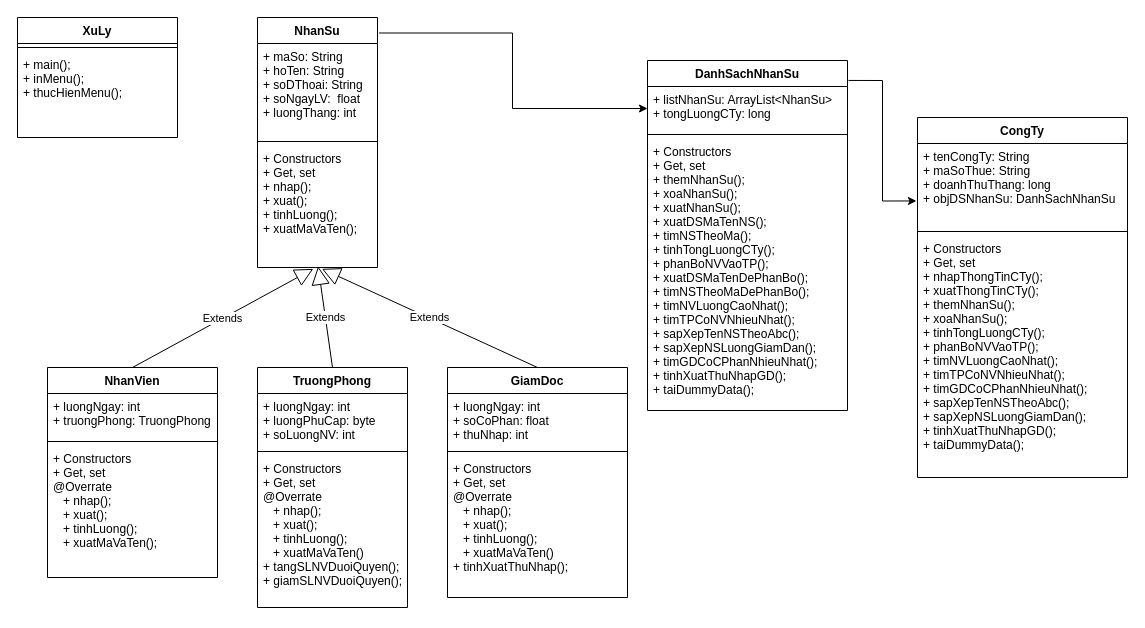
teddy1312/Java20-BaiTap2-OOP-061222 keeps this draw.io diagram as QuanLyNhanSu.drawio. Above is the earlier version. Source tidied: cells renumbered, new cells numbered last; positions are measured from the earlier drawing's top-left corner, leaving out a move shared by most shapes. Both pictures are drawn from the tidied source at 100%, with x=0, y=0 at pixel (17, 17).
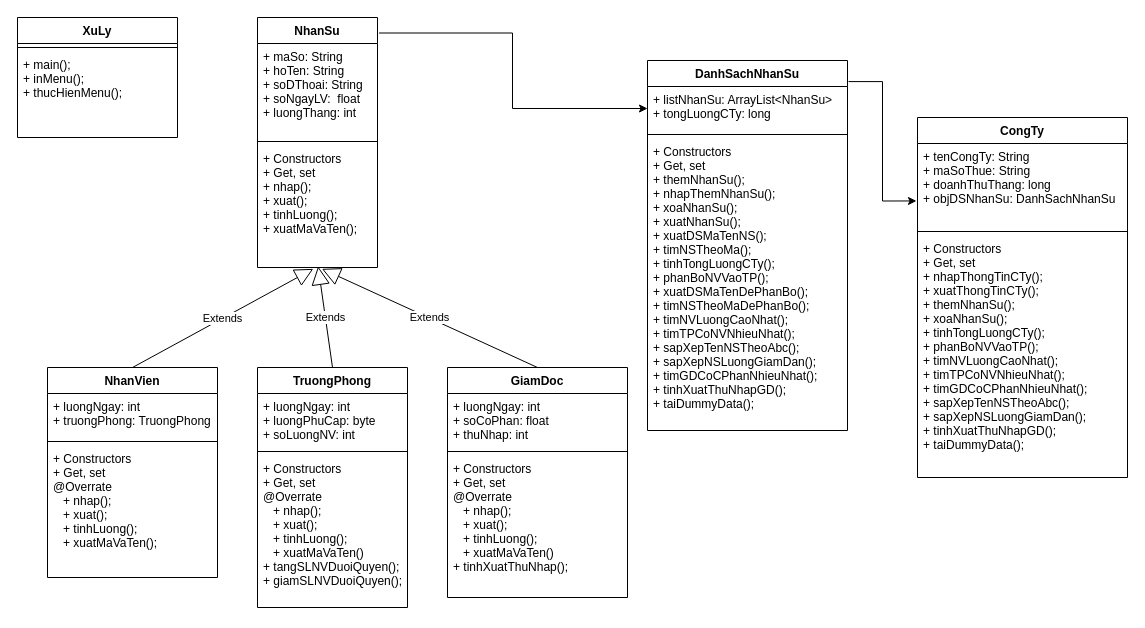
After the change.

Diff of the diagram source:
```diff
@@
     <mxCell id="21" value="DanhSachNhanSu" style="swimlane;fontStyle=1;align=center;verticalAlign=top;horizontal=1;startSize=26;" parent="1" vertex="1">
-      <mxGeometry x="630" y="43" width="200" height="350" as="geometry" />
+      <mxGeometry x="630" y="43" width="200" height="370" as="geometry" />
     </mxCell>
@@
-    <mxCell id="24" value="+ Constructors&#10;+ Get, set&#10;+ themNhanSu();&#10;+ xoaNhanSu();&#10;+ xuatNhanSu();&#10;+ xuatDSMaTenNS();&#10;+ timNSTheoMa();&#10;+ tinhTongLuongCTy();&#10;+ phanBoNVVaoTP();&#10;+ xuatDSMaTenDePhanBo();&#10;+ timNSTheoMaDePhanBo();&#10;+ timNVLuongCaoNhat();&#10;+ timTPCoNVNhieuNhat();&#10;+ sapXepTenNSTheoAbc();&#10;+ sapXepNSLuongGiamDan();&#10;+ timGDCoCPhanNhieuNhat();&#10;+ tinhXuatThuNhapGD();&#10;+ taiDummyData();" style="text;strokeColor=none;fillColor=none;align=left;verticalAlign=top;spacingLeft=4;spacingRight=4;overflow=hidden;" parent="21" vertex="1">
-      <mxGeometry y="78" width="200" height="272" as="geometry" />
+    <mxCell id="24" value="+ Constructors&#10;+ Get, set&#10;+ themNhanSu();&#10;+ nhapThemNhanSu();&#10;+ xoaNhanSu();&#10;+ xuatNhanSu();&#10;+ xuatDSMaTenNS();&#10;+ timNSTheoMa();&#10;+ tinhTongLuongCTy();&#10;+ phanBoNVVaoTP();&#10;+ xuatDSMaTenDePhanBo();&#10;+ timNSTheoMaDePhanBo();&#10;+ timNVLuongCaoNhat();&#10;+ timTPCoNVNhieuNhat();&#10;+ sapXepTenNSTheoAbc();&#10;+ sapXepNSLuongGiamDan();&#10;+ timGDCoCPhanNhieuNhat();&#10;+ tinhXuatThuNhapGD();&#10;+ taiDummyData();" style="text;strokeColor=none;fillColor=none;align=left;verticalAlign=top;spacingLeft=4;spacingRight=4;overflow=hidden;" parent="21" vertex="1">
+      <mxGeometry y="78" width="200" height="292" as="geometry" />
     </mxCell>
```
